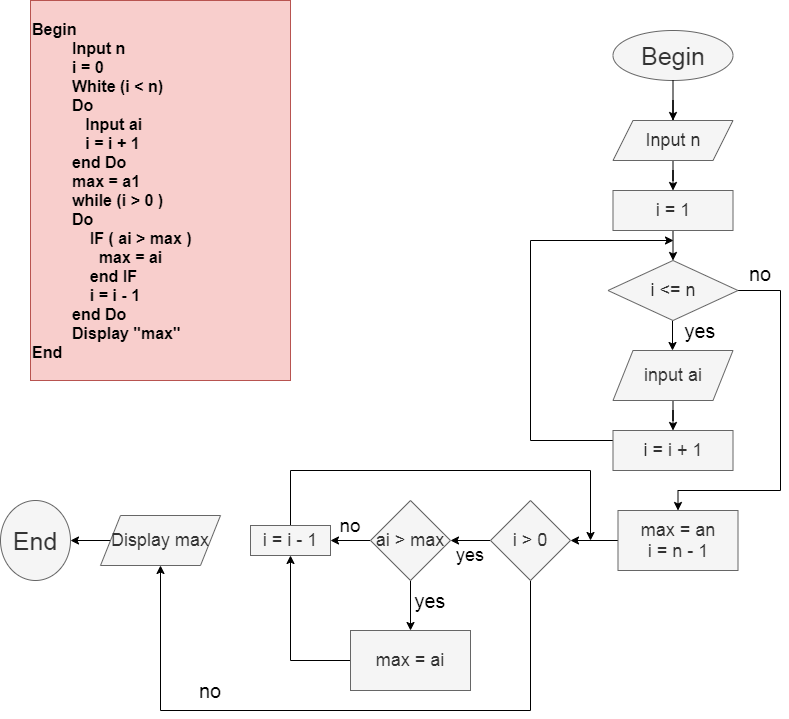
This is module1/mô tả thuật toán bằng PSEUDO CODE và FLOWCHART/bài tập/tim_max_n.png from duong1007/C1020G1-LeQuangDuong, a draw.io export, as it was before one commit. Source tidied: cells renumbered, new cells last; positions are measured from the earlier drawing's top-left corner, leaving out a move shared by most shapes.
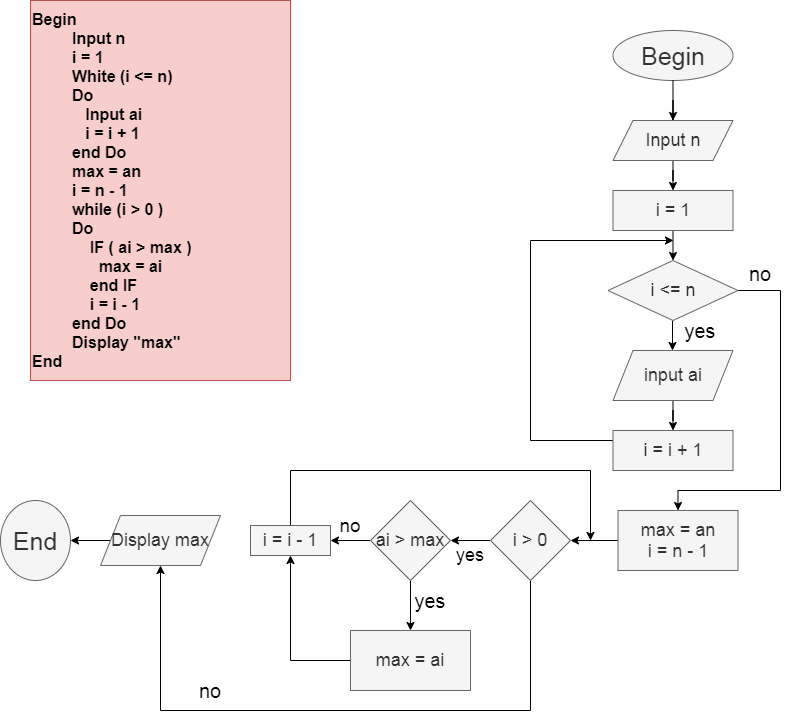
The same diagram one commit later.

What changed in the source:
```diff
@@ -2,7 +2,7 @@
   <root>
     <mxCell id="0" />
     <mxCell id="1" parent="0" />
-    <mxCell id="2" value="Begin&amp;nbsp;&lt;br style=&quot;font-size: 16px&quot;&gt;&amp;nbsp; &amp;nbsp; &amp;nbsp; &amp;nbsp; &amp;nbsp;Input n&lt;br&gt;&amp;nbsp; &amp;nbsp; &amp;nbsp; &amp;nbsp; &amp;nbsp;i = 0&amp;nbsp;&lt;br&gt;&amp;nbsp; &amp;nbsp; &amp;nbsp; &amp;nbsp; &amp;nbsp;White (i &amp;lt; n)&lt;br&gt;&amp;nbsp; &amp;nbsp; &amp;nbsp; &amp;nbsp; &amp;nbsp;Do&amp;nbsp;&lt;br&gt;&amp;nbsp; &amp;nbsp; &amp;nbsp; &amp;nbsp; &amp;nbsp; &amp;nbsp; Input ai&lt;br&gt;&amp;nbsp; &amp;nbsp; &amp;nbsp; &amp;nbsp; &amp;nbsp; &amp;nbsp; i = i + 1&lt;br&gt;&amp;nbsp; &amp;nbsp; &amp;nbsp; &amp;nbsp; &amp;nbsp;end Do&lt;br&gt;&amp;nbsp; &amp;nbsp; &amp;nbsp; &amp;nbsp; &amp;nbsp;max = a1&amp;nbsp;&lt;br&gt;&amp;nbsp; &amp;nbsp; &amp;nbsp; &amp;nbsp; &amp;nbsp;while (i &amp;gt; 0 )&lt;br&gt;&amp;nbsp; &amp;nbsp; &amp;nbsp; &amp;nbsp; &amp;nbsp;Do&amp;nbsp;&lt;br&gt;&amp;nbsp; &amp;nbsp; &amp;nbsp; &amp;nbsp; &amp;nbsp; &amp;nbsp; &amp;nbsp;IF ( ai &amp;gt; max )&lt;br&gt;&amp;nbsp; &amp;nbsp; &amp;nbsp; &amp;nbsp; &amp;nbsp; &amp;nbsp; &amp;nbsp; &amp;nbsp;max = ai&lt;br&gt;&amp;nbsp; &amp;nbsp; &amp;nbsp; &amp;nbsp; &amp;nbsp; &amp;nbsp; &amp;nbsp;end IF&lt;br&gt;&amp;nbsp; &amp;nbsp; &amp;nbsp; &amp;nbsp; &amp;nbsp; &amp;nbsp; &amp;nbsp;i = i - 1&lt;br&gt;&amp;nbsp; &amp;nbsp; &amp;nbsp; &amp;nbsp; &amp;nbsp;end Do&lt;br&gt;&amp;nbsp; &amp;nbsp; &amp;nbsp; &amp;nbsp; &amp;nbsp;Display &quot;max&quot;&amp;nbsp; &amp;nbsp;&lt;br style=&quot;font-size: 16px&quot;&gt;End" style="text;html=1;strokeColor=#b85450;fillColor=#f8cecc;align=left;verticalAlign=middle;whiteSpace=wrap;rounded=0;fontSize=16;fontStyle=1;" parent="1" vertex="1">
+    <mxCell id="2" value="Begin&amp;nbsp;&lt;br style=&quot;font-size: 16px&quot;&gt;&amp;nbsp; &amp;nbsp; &amp;nbsp; &amp;nbsp; &amp;nbsp;Input n&lt;br&gt;&amp;nbsp; &amp;nbsp; &amp;nbsp; &amp;nbsp; &amp;nbsp;i = 1&amp;nbsp;&lt;br&gt;&amp;nbsp; &amp;nbsp; &amp;nbsp; &amp;nbsp; &amp;nbsp;White (i &amp;lt;= n)&lt;br&gt;&amp;nbsp; &amp;nbsp; &amp;nbsp; &amp;nbsp; &amp;nbsp;Do&amp;nbsp;&lt;br&gt;&amp;nbsp; &amp;nbsp; &amp;nbsp; &amp;nbsp; &amp;nbsp; &amp;nbsp; Input ai&lt;br&gt;&amp;nbsp; &amp;nbsp; &amp;nbsp; &amp;nbsp; &amp;nbsp; &amp;nbsp; i = i + 1&lt;br&gt;&amp;nbsp; &amp;nbsp; &amp;nbsp; &amp;nbsp; &amp;nbsp;end Do&lt;br&gt;&amp;nbsp; &amp;nbsp; &amp;nbsp; &amp;nbsp; &amp;nbsp;max = an&lt;br&gt;&amp;nbsp; &amp;nbsp; &amp;nbsp; &amp;nbsp; &amp;nbsp;i = n - 1&lt;br&gt;&amp;nbsp; &amp;nbsp; &amp;nbsp; &amp;nbsp; &amp;nbsp;while (i &amp;gt; 0 )&lt;br&gt;&amp;nbsp; &amp;nbsp; &amp;nbsp; &amp;nbsp; &amp;nbsp;Do&amp;nbsp;&lt;br&gt;&amp;nbsp; &amp;nbsp; &amp;nbsp; &amp;nbsp; &amp;nbsp; &amp;nbsp; &amp;nbsp;IF ( ai &amp;gt; max )&lt;br&gt;&amp;nbsp; &amp;nbsp; &amp;nbsp; &amp;nbsp; &amp;nbsp; &amp;nbsp; &amp;nbsp; &amp;nbsp;max = ai&lt;br&gt;&amp;nbsp; &amp;nbsp; &amp;nbsp; &amp;nbsp; &amp;nbsp; &amp;nbsp; &amp;nbsp;end IF&lt;br&gt;&amp;nbsp; &amp;nbsp; &amp;nbsp; &amp;nbsp; &amp;nbsp; &amp;nbsp; &amp;nbsp;i = i - 1&lt;br&gt;&amp;nbsp; &amp;nbsp; &amp;nbsp; &amp;nbsp; &amp;nbsp;end Do&lt;br&gt;&amp;nbsp; &amp;nbsp; &amp;nbsp; &amp;nbsp; &amp;nbsp;Display &quot;max&quot;&amp;nbsp; &amp;nbsp;&lt;br style=&quot;font-size: 16px&quot;&gt;End" style="text;html=1;strokeColor=#b85450;fillColor=#f8cecc;align=left;verticalAlign=middle;whiteSpace=wrap;rounded=0;fontSize=16;fontStyle=1;" parent="1" vertex="1">
       <mxGeometry x="30" width="260" height="380" as="geometry" />
     </mxCell>
     <mxCell id="3" style="edgeStyle=orthogonalEdgeStyle;rounded=0;jettySize=auto;html=1;fontSize=20;" parent="1" edge="1" source="7">
```
